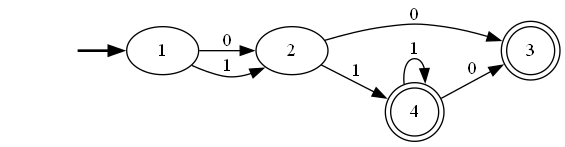
The Graphviz diagram Pre-laboratorio B/AFD_DIRECT#11PreLabB.gv.png in bar20807/CompiladorProyect, before a commit. Its source is kept beside it as Pre-laboratorio B/AFD_DIRECT#11PreLabB.gv.
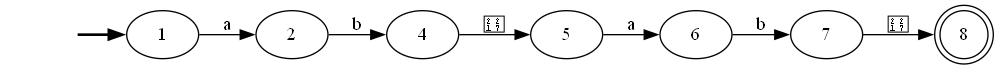
Above is the later version.

The edit, as a diff of the source:
```diff
@@ -4,15 +4,21 @@
 	fake -> 1 [style=bold]
 	1 [root=true]
 	2
-	1 -> 2 [label=0]
-	1 -> 2 [label=1]
+	1 -> 2 [label=a]
 	2
-	3 [shape=doublecircle]
-	2 -> 3 [label=0]
-	4 [shape=doublecircle]
-	2 -> 4 [label=1]
-	3 [shape=doublecircle]
-	4 [shape=doublecircle]
-	4 -> 3 [label=0]
-	4 -> 4 [label=1]
+	4
+	2 -> 4 [label=b]
+	4
+	5
+	4 -> 5 [label="∗"]
+	5
+	6
+	5 -> 6 [label=a]
+	6
+	7
+	6 -> 7 [label=b]
+	7
+	8 [shape=doublecircle]
+	7 -> 8 [label="∗"]
+	8 [shape=doublecircle]
 }
```
